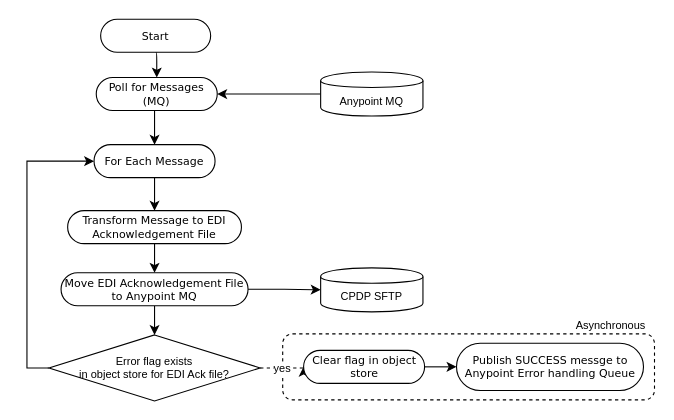
The draw.io diagram page "EDI Ack Process Flow" (19 of 20) of Copy of eInvoicing API Led.drawio in ahernandez1129/anypoint, before the edit. Source tidied: cells renumbered, new cells numbered last; positions are measured from the earlier drawing's top-left corner, leaving out a move shared by most shapes. Both pictures are drawn from the tidied source at 110%, with x=0, y=0 at pixel (48, 19).
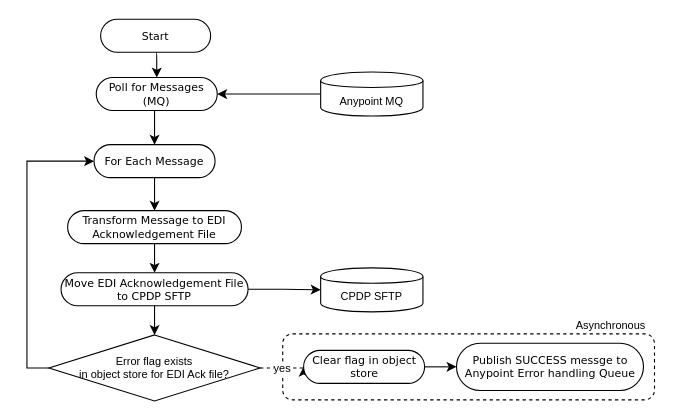
Above is the later version.

Change to the diagram source:
```diff
@@
-    <mxCell id="12" value="&lt;span style=&quot;font-size: 10px&quot;&gt;Move EDI Acknowledgement File to Anypoint MQ&lt;br style=&quot;font-size: 10px&quot;&gt;&lt;/span&gt;" style="rounded=1;whiteSpace=wrap;html=1;shadow=0;comic=0;labelBackgroundColor=none;strokeColor=#000000;strokeWidth=1;fillColor=#ffffff;fontFamily=Verdana;fontSize=10;fontColor=#000000;align=center;arcSize=50;" parent="1" vertex="1">
+    <mxCell id="12" value="&lt;span style=&quot;font-size: 10px&quot;&gt;Move EDI Acknowledgement File to CPDP SFTP&lt;br style=&quot;font-size: 10px&quot;&gt;&lt;/span&gt;" style="rounded=1;whiteSpace=wrap;html=1;shadow=0;comic=0;labelBackgroundColor=none;strokeColor=#000000;strokeWidth=1;fillColor=#ffffff;fontFamily=Verdana;fontSize=10;fontColor=#000000;align=center;arcSize=50;" parent="1" vertex="1">
       <mxGeometry x="11" y="230.5" width="170" height="30" as="geometry" />
     </mxCell>
```
